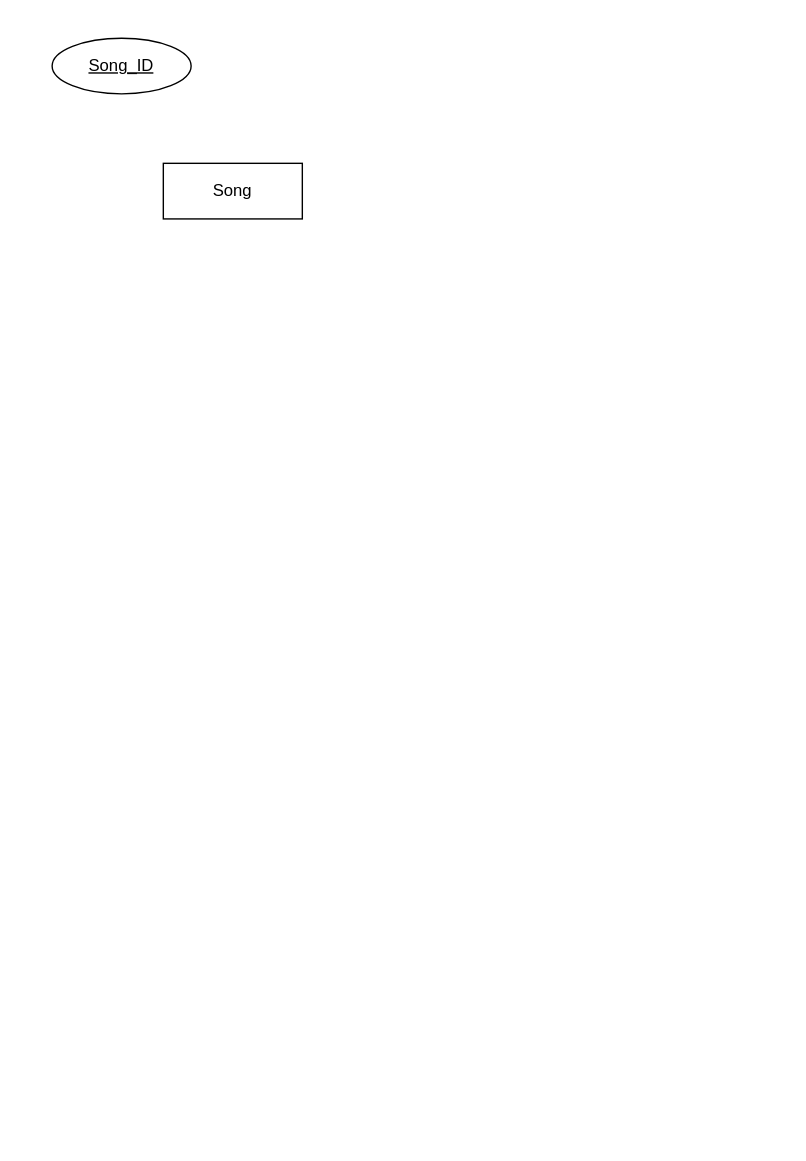
FractalCrab/soundly keeps this draw.io diagram as er.drawio. Above is the earlier version. Source tidied: cells renumbered, new cells numbered last; positions are measured from the earlier drawing's top-left corner, leaving out a move shared by most shapes. Both pictures are drawn from the tidied source at 139%, with x=0, y=0 at pixel (51, 38).
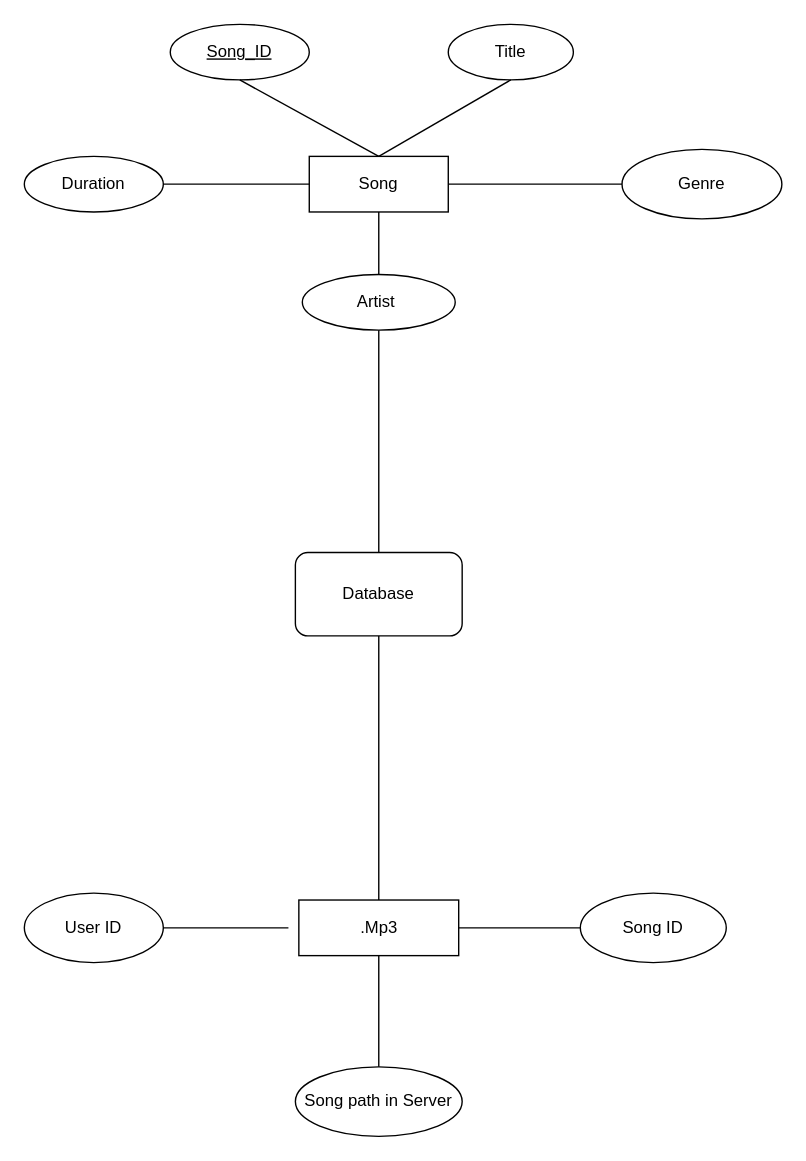
The same page after the edit.

The edit, as a diff of the source:
```diff
@@
     <mxCell id="2" value="Song&lt;br&gt;" style="whiteSpace=wrap;html=1;align=center;" parent="1" vertex="1">
-      <mxGeometry x="80" y="90" width="100" height="40" as="geometry" />
+      <mxGeometry x="185" y="85" width="100" height="40" as="geometry" />
     </mxCell>
     <mxCell id="3" value="Song_ID&lt;br&gt;" style="ellipse;whiteSpace=wrap;html=1;align=center;fontStyle=4;" parent="1" vertex="1">
-      <mxGeometry width="100" height="40" as="geometry" />
+      <mxGeometry x="85" y="-10" width="100" height="40" as="geometry" />
     </mxCell>
+    <mxCell id="4" value="Title" style="ellipse;whiteSpace=wrap;html=1;" parent="1" vertex="1">
+      <mxGeometry x="285" y="-10" width="90" height="40" as="geometry" />
+    </mxCell>
+    <mxCell id="5" value="Duration" style="ellipse;whiteSpace=wrap;html=1;" parent="1" vertex="1">
+      <mxGeometry x="-20" y="85" width="100" height="40" as="geometry" />
+    </mxCell>
+    <mxCell id="6" value="Artist&amp;nbsp;" style="ellipse;whiteSpace=wrap;html=1;" parent="1" vertex="1">
+      <mxGeometry x="180" y="170" width="110" height="40" as="geometry" />
+    </mxCell>
+    <mxCell id="7" value="Genre" style="ellipse;whiteSpace=wrap;html=1;" parent="1" vertex="1">
+      <mxGeometry x="410" y="80" width="115" height="50" as="geometry" />
+    </mxCell>
+    <mxCell id="8" style="endArrow=none;html=1;exitX=1;exitY=0.5;exitDx=0;exitDy=0;entryX=0;entryY=0.5;entryDx=0;entryDy=0;" parent="1" edge="1" source="2" target="7">
+      <mxGeometry relative="1" as="geometry" />
+    </mxCell>
+    <mxCell id="9" style="endArrow=none;html=1;exitX=0.5;exitY=0;exitDx=0;exitDy=0;entryX=0.5;entryY=1;entryDx=0;entryDy=0;" parent="1" edge="1" source="2" target="4">
+      <mxGeometry relative="1" as="geometry" />
+    </mxCell>
+    <mxCell id="10" style="endArrow=none;html=1;exitX=0.5;exitY=1;exitDx=0;exitDy=0;entryX=0.5;entryY=0;entryDx=0;entryDy=0;" parent="1" edge="1" source="3" target="2">
+      <mxGeometry relative="1" as="geometry" />
+    </mxCell>
+    <mxCell id="11" style="endArrow=none;html=1;exitX=1;exitY=0.5;exitDx=0;exitDy=0;entryX=0;entryY=0.5;entryDx=0;entryDy=0;" parent="1" edge="1" source="5" target="2">
+      <mxGeometry relative="1" as="geometry" />
+    </mxCell>
+    <mxCell id="12" style="endArrow=none;html=1;entryX=0.5;entryY=1;entryDx=0;entryDy=0;exitX=0.5;exitY=0;exitDx=0;exitDy=0;" parent="1" edge="1" source="6" target="2">
+      <mxGeometry relative="1" as="geometry" />
+    </mxCell>
+    <mxCell id="13" value=".Mp3" style="rounded=0;whiteSpace=wrap;html=1;" parent="1" vertex="1">
+      <mxGeometry x="177.5" y="620" width="115" height="40" as="geometry" />
+    </mxCell>
+    <mxCell id="14" value="User ID" style="ellipse;whiteSpace=wrap;html=1;" parent="1" vertex="1">
+      <mxGeometry x="-20" y="615" width="100" height="50" as="geometry" />
+    </mxCell>
+    <mxCell id="15" value="Song ID" style="ellipse;whiteSpace=wrap;html=1;" parent="1" vertex="1">
+      <mxGeometry x="380" y="615" width="105" height="50" as="geometry" />
+    </mxCell>
+    <mxCell id="16" value="Song path in Server" style="ellipse;whiteSpace=wrap;html=1;" parent="1" vertex="1">
+      <mxGeometry x="175" y="740" width="120" height="50" as="geometry" />
+    </mxCell>
+    <mxCell id="17" style="endArrow=none;html=1;exitX=1;exitY=0.5;exitDx=0;exitDy=0;" parent="1" edge="1" source="14">
+      <mxGeometry relative="1" as="geometry">
+        <mxPoint x="170" y="640" as="targetPoint" />
+      </mxGeometry>
+    </mxCell>
+    <mxCell id="18" style="endArrow=none;html=1;entryX=0.5;entryY=1;entryDx=0;entryDy=0;exitX=0.5;exitY=0;exitDx=0;exitDy=0;" parent="1" edge="1" source="16" target="13">
+      <mxGeometry relative="1" as="geometry" />
+    </mxCell>
+    <mxCell id="19" style="endArrow=none;html=1;entryX=0;entryY=0.5;entryDx=0;entryDy=0;exitX=1;exitY=0.5;exitDx=0;exitDy=0;" parent="1" edge="1" source="13" target="15">
+      <mxGeometry relative="1" as="geometry" />
+    </mxCell>
+    <mxCell id="20" value="Database" style="rounded=1;whiteSpace=wrap;html=1;" parent="1" vertex="1">
+      <mxGeometry x="175" y="370" width="120" height="60" as="geometry" />
+    </mxCell>
+    <mxCell id="21" style="endArrow=none;html=1;entryX=0.5;entryY=1;entryDx=0;entryDy=0;exitX=0.5;exitY=0;exitDx=0;exitDy=0;" parent="1" edge="1" source="20" target="6">
+      <mxGeometry relative="1" as="geometry" />
+    </mxCell>
+    <mxCell id="22" style="endArrow=none;html=1;exitX=0.5;exitY=0;exitDx=0;exitDy=0;entryX=0.5;entryY=1;entryDx=0;entryDy=0;" parent="1" edge="1" source="13" target="20">
+      <mxGeometry relative="1" as="geometry" />
+    </mxCell>
```
